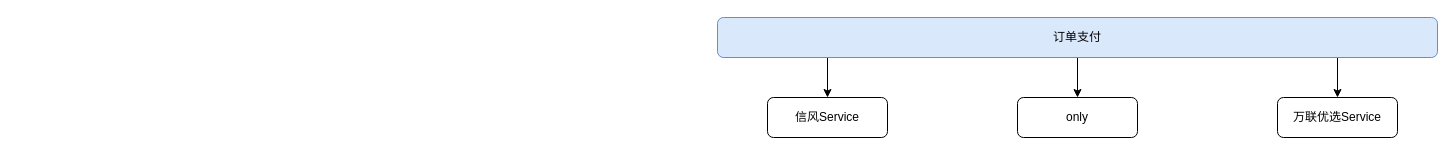
This is drawio/订单.drawio from cjade/flow, a draw.io file, before an edit. Source tidied: cells renumbered, new cells numbered last; positions are measured from the earlier drawing's top-left corner, leaving out a move shared by most shapes. Both pictures are drawn from the tidied source at 100%, with x=0, y=0 at pixel (717, 17).
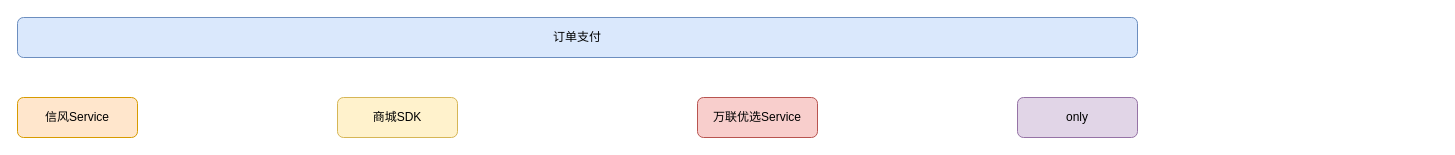
The same page after the edit.

Change to the diagram source:
```diff
@@
 <mxGraphModel>
   <root>
     <mxCell id="0" />
     <mxCell id="1" parent="0" />
-    <mxCell id="2" style="edgeStyle=orthogonalEdgeStyle;rounded=0;jettySize=auto;html=1;exitX=0.5;exitY=1;exitDx=0;exitDy=0;entryX=0.5;entryY=0;entryDx=0;entryDy=0;" parent="1" edge="1" source="7" target="3">
-      <mxGeometry relative="1" as="geometry" />
-    </mxCell>
-    <mxCell id="3" value="only" style="rounded=1;whiteSpace=wrap;html=1;" parent="1" vertex="1">
-      <mxGeometry x="300" y="80" width="120" height="40" as="geometry" />
-    </mxCell>
-    <mxCell id="4" style="endArrow=classic;html=1;entryX=0.5;entryY=0;entryDx=0;entryDy=0;" parent="1" edge="1" target="8">
-      <mxGeometry relative="1" as="geometry">
-        <mxPoint x="110" y="40" as="sourcePoint" />
-      </mxGeometry>
-    </mxCell>
-    <mxCell id="5" style="endArrow=classic;html=1;entryX=0.5;entryY=0;entryDx=0;entryDy=0;" parent="1" edge="1" target="9">
-      <mxGeometry relative="1" as="geometry">
-        <mxPoint x="620" y="40" as="sourcePoint" />
-      </mxGeometry>
-    </mxCell>
-    <mxCell id="6" style="group;" parent="1" vertex="1">
-      <mxGeometry width="720" height="120" as="geometry" />
-    </mxCell>
-    <mxCell id="7" value="订单支付" style="rounded=1;whiteSpace=wrap;html=1;fontSize=12;glass=0;strokeWidth=1;shadow=0;fillColor=#dae8fc;strokeColor=#6c8ebf;" parent="6" vertex="1">
-      <mxGeometry width="720" height="40" as="geometry" />
+    <mxCell id="7" value="订单支付" style="rounded=1;whiteSpace=wrap;html=1;fontSize=12;glass=0;strokeWidth=1;shadow=0;fillColor=#dae8fc;strokeColor=#6c8ebf;" parent="1" vertex="1">
+      <mxGeometry x="-700" width="1120" height="40" as="geometry" />
     </mxCell>
-    <mxCell id="8" value="信风Service" style="rounded=1;whiteSpace=wrap;html=1;" parent="6" vertex="1">
-      <mxGeometry x="50" y="80" width="120" height="40" as="geometry" />
+    <mxCell id="8" value="信风Service" style="rounded=1;whiteSpace=wrap;html=1;fillColor=#ffe6cc;strokeColor=#d79b00;" parent="1" vertex="1">
+      <mxGeometry x="-700" y="80" width="120" height="40" as="geometry" />
     </mxCell>
-    <mxCell id="9" value="万联优选Service" style="rounded=1;whiteSpace=wrap;html=1;" parent="6" vertex="1">
-      <mxGeometry x="560" y="80" width="120" height="40" as="geometry" />
+    <mxCell id="9" value="万联优选Service" style="rounded=1;whiteSpace=wrap;html=1;fillColor=#f8cecc;strokeColor=#b85450;" parent="1" vertex="1">
+      <mxGeometry x="-20" y="80" width="120" height="40" as="geometry" />
     </mxCell>
+    <mxCell id="10" value="商城SDK" style="rounded=1;whiteSpace=wrap;html=1;fillColor=#fff2cc;strokeColor=#d6b656;" parent="1" vertex="1">
+      <mxGeometry x="-380" y="80" width="120" height="40" as="geometry" />
+    </mxCell>
+    <mxCell id="3" value="only" style="rounded=1;whiteSpace=wrap;html=1;fillColor=#e1d5e7;strokeColor=#9673a6;" parent="1" vertex="1">
+      <mxGeometry x="300" y="80" width="120" height="40" as="geometry" />
+    </mxCell>
   </root>
 </mxGraphModel>
```
